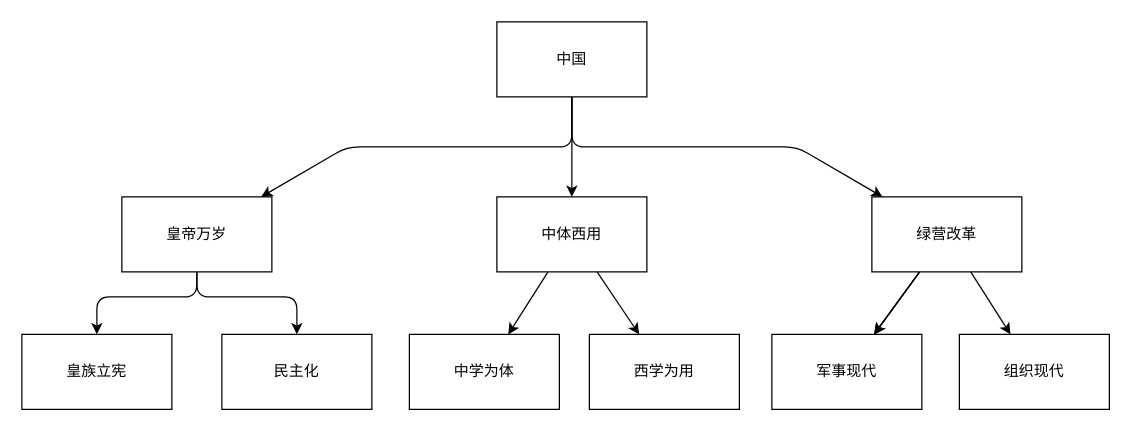
Above: trees.drawio in HCPTangHY/Victoria3mod-MJEE (draw.io), before the change. Source tidied: cells renumbered, new cells numbered last; positions are measured from the earlier drawing's top-left corner, leaving out a move shared by most shapes. Both pictures are drawn from the tidied source at 125%, with x=0, y=0 at pixel (21, 21).
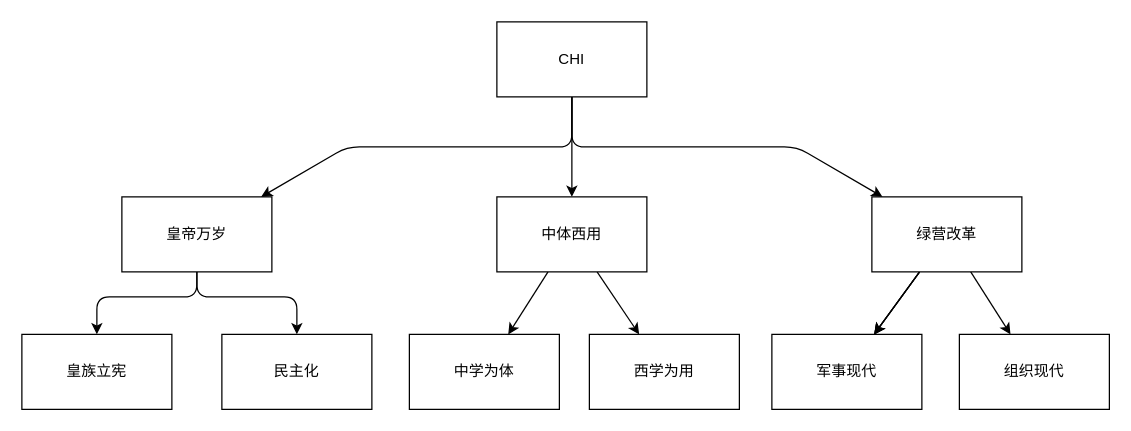
Above is the later version.

The edit, as a diff of the source:
```diff
@@
-    <mxCell id="5" value="中国" style="rounded=0;whiteSpace=wrap;html=1;" parent="1" vertex="1">
+    <mxCell id="5" value="CHI" style="rounded=0;whiteSpace=wrap;html=1;" parent="1" vertex="1">
       <mxGeometry x="380" width="120" height="60" as="geometry" />
     </mxCell>
```
